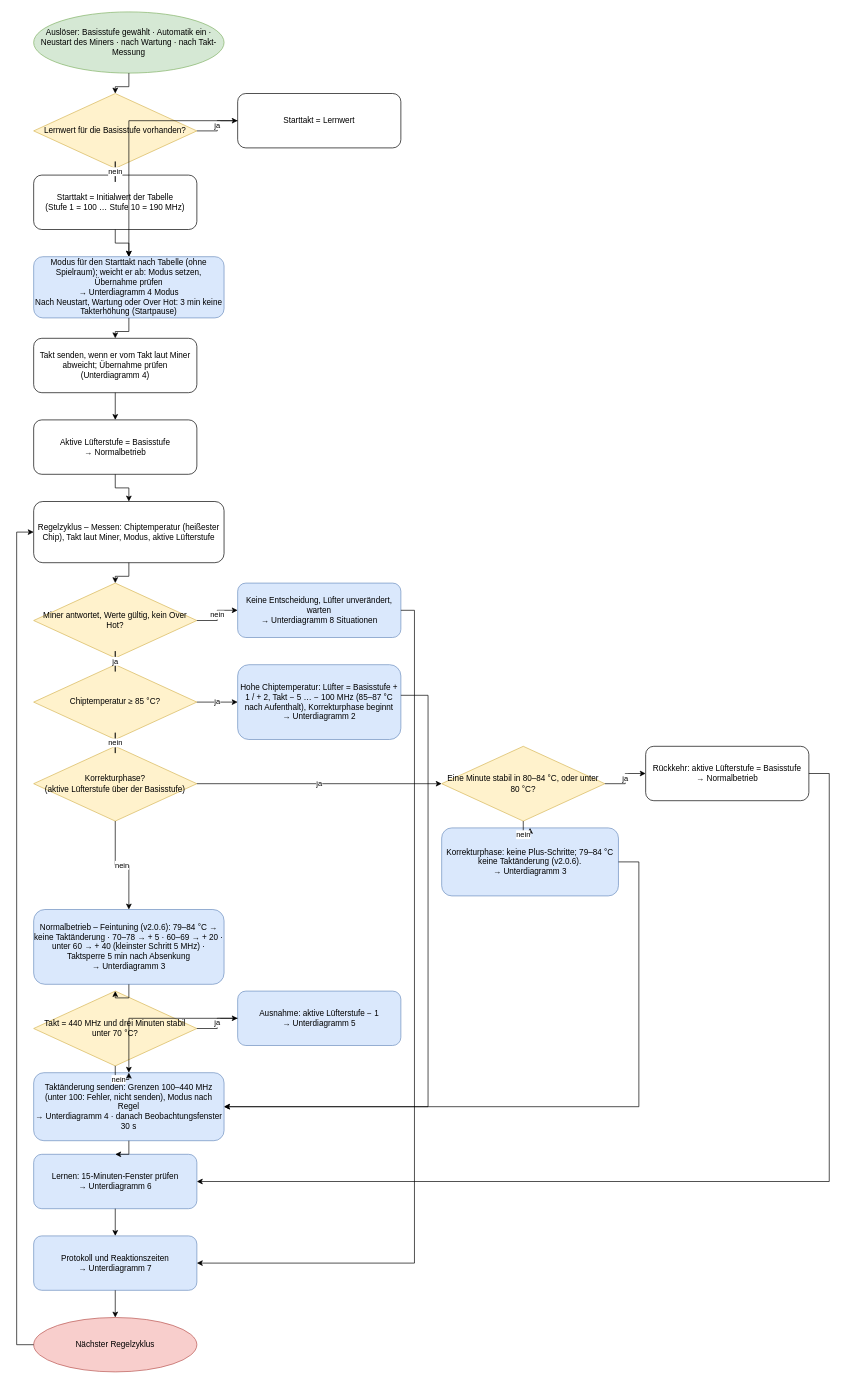
This is page "1 Hauptablauf" (1 of 8) of docs/claude/Regelungslogik-Luefter-Takt.drawio from lieferbaer/miner-sentinel, a draw.io file, before an edit. Source tidied: cells renumbered, new cells numbered last; positions are measured from the earlier drawing's top-left corner, leaving out a move shared by most shapes. Both pictures are drawn from the tidied source at 68%, with x=0, y=0 at pixel (16, 12).
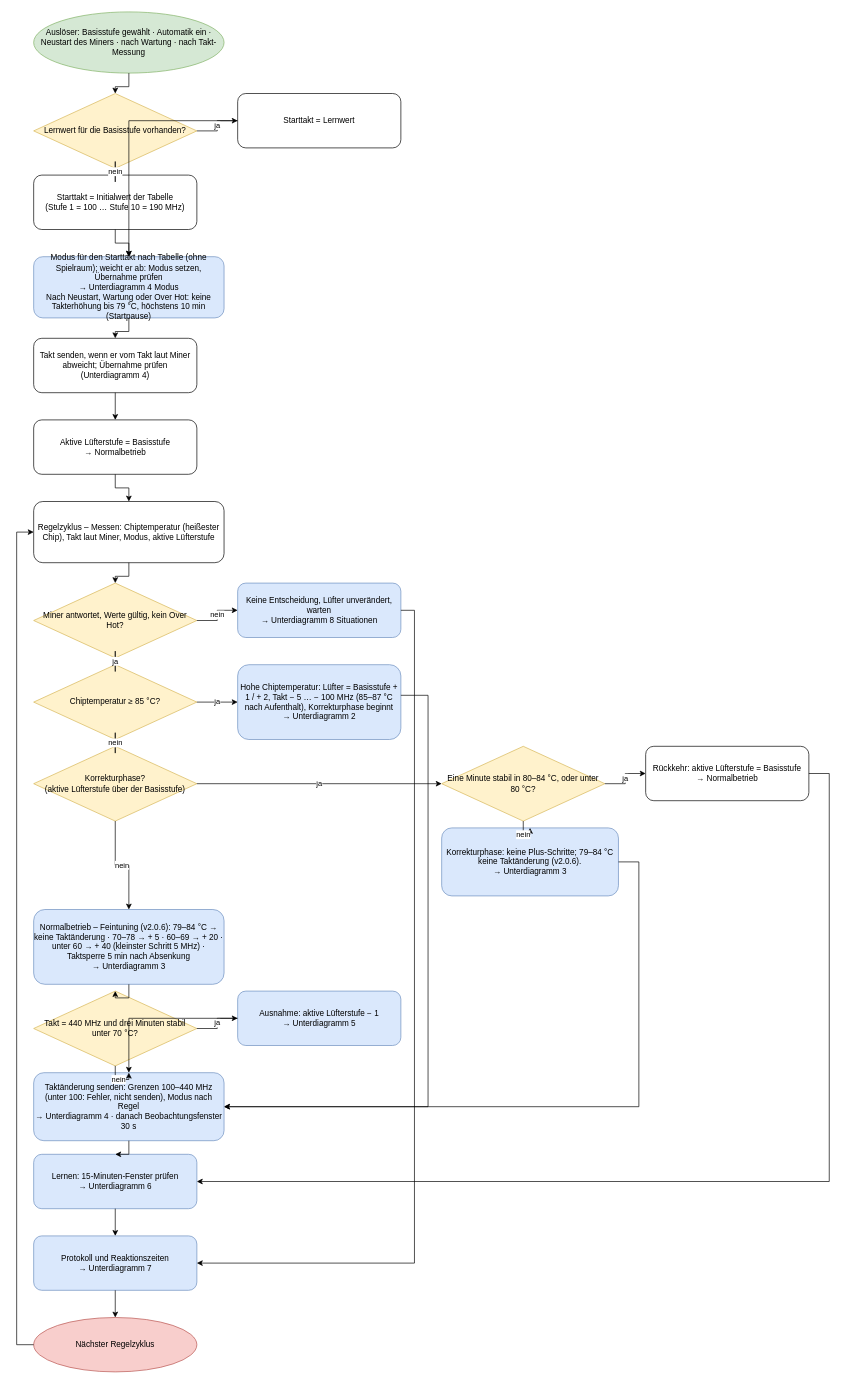
The same diagram, later.

Commit message (it also covers changes not shown here):
v2.0.8: Neustart sauber anzeigen, Startpause bis 79 °C

Diff of the diagram source:
```diff
@@
-    <mxCell id="6" value="Modus für den Starttakt nach Tabelle (ohne Spielraum); weicht er ab: Modus setzen, Übernahme prüfen&lt;br&gt;→ Unterdiagramm 4 Modus&lt;br&gt;Nach Neustart, Wartung oder Over Hot: 3 min keine Takterhöhung (Startpause)" style="rounded=1;whiteSpace=wrap;html=1;fillColor=#dae8fc;strokeColor=#6c8ebf;" parent="1" vertex="1">
+    <mxCell id="6" value="Modus für den Starttakt nach Tabelle (ohne Spielraum); weicht er ab: Modus setzen, Übernahme prüfen&lt;br&gt;→ Unterdiagramm 4 Modus&lt;br&gt;Nach Neustart, Wartung oder Over Hot: keine Takterhöhung bis 79 °C, höchstens 10 min (Startpause)" style="rounded=1;whiteSpace=wrap;html=1;fillColor=#dae8fc;strokeColor=#6c8ebf;" parent="1" vertex="1">
       <mxGeometry x="25" y="360" width="280" height="90" as="geometry" />
     </mxCell>
```
